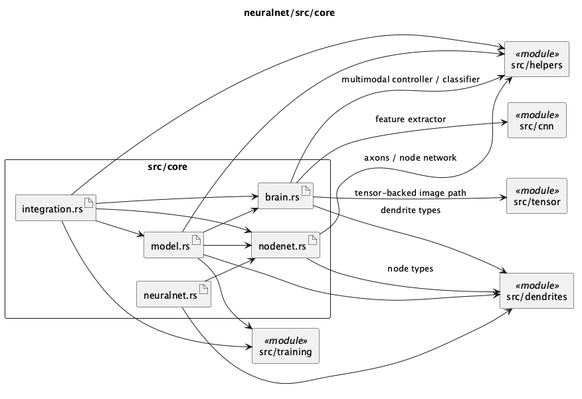
samcolak/neuron keeps this PlantUML diagram as library/neuralnet/src/core/architecture.png. Above is the earlier version. The source it was exported from:
```plantuml
@startuml
left to right direction
skinparam packageStyle rectangle
skinparam shadowing false
skinparam monochrome true
skinparam componentStyle rectangle

title neuralnet/src/core

package "src/core" {
  artifact "brain.rs" as brain
  artifact "integration.rs" as integration
  artifact "model.rs" as model
  artifact "neuralnet.rs" as neuralnet
  artifact "nodenet.rs" as nodenet
}

component "src/cnn" as cnn <<module>>
component "src/dendrites" as dendrites <<module>>
component "src/helpers" as helpers <<module>>
component "src/tensor" as tensor <<module>>
component "src/training" as training <<module>>

brain --> cnn : feature extractor
brain --> helpers : multimodal controller / classifier
brain --> dendrites : dendrite types
brain --> tensor : tensor-backed image path

integration --> brain
integration --> model
integration --> nodenet
integration --> helpers
integration --> training

model --> brain
model --> nodenet
model --> helpers
model --> training
model --> dendrites

neuralnet --> nodenet
neuralnet --> dendrites
nodenet --> helpers : axons / node network
nodenet --> dendrites : node types
@enduml
```
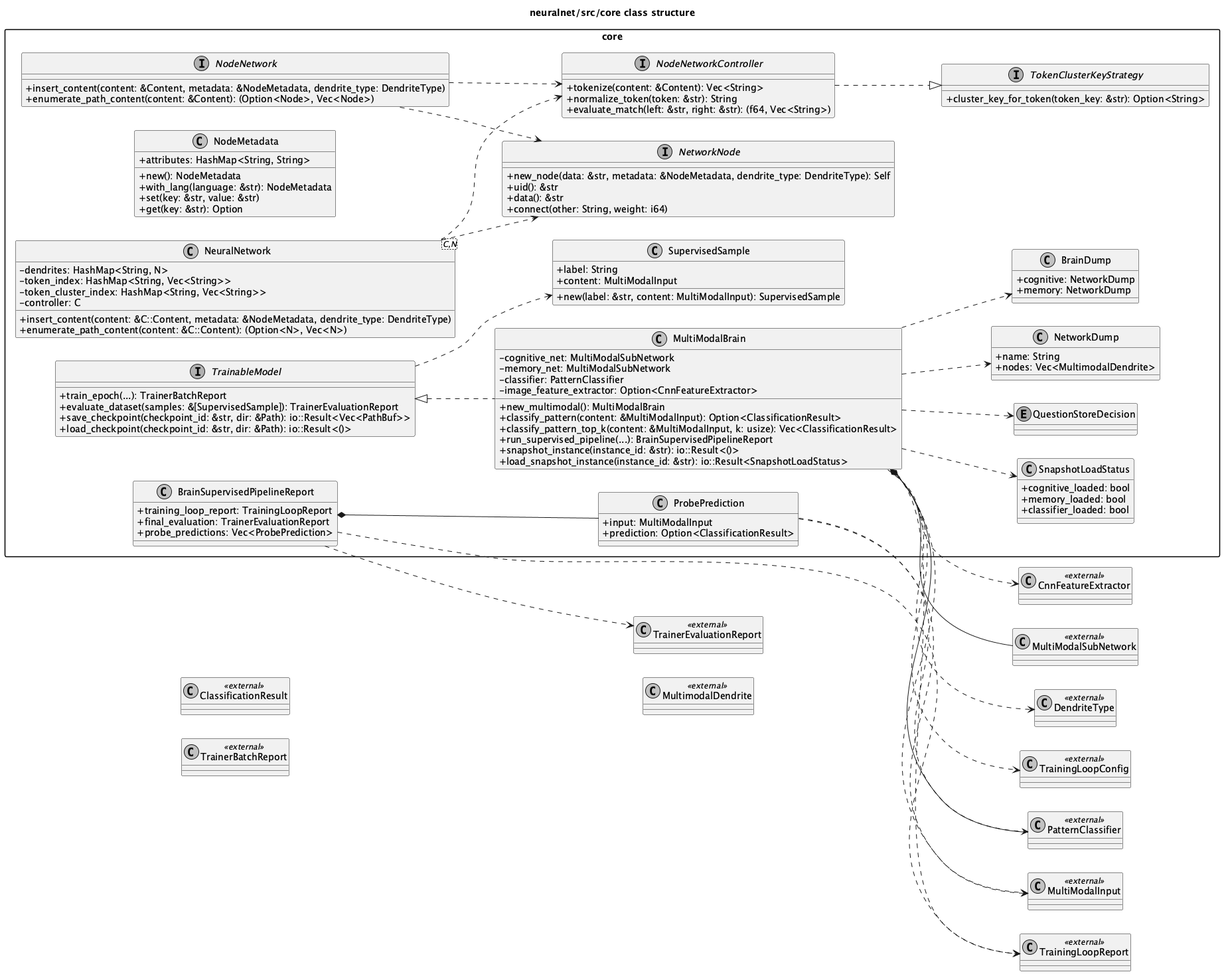
After the change.

The edit, as a diff of the source:
```diff
@@ -3,43 +3,144 @@
 skinparam packageStyle rectangle
 skinparam shadowing false
 skinparam monochrome true
-skinparam componentStyle rectangle
+skinparam classAttributeIconSize 0
 
-title neuralnet/src/core
+title neuralnet/src/core class structure
 
-package "src/core" {
-  artifact "brain.rs" as brain
-  artifact "integration.rs" as integration
-  artifact "model.rs" as model
-  artifact "neuralnet.rs" as neuralnet
-  artifact "nodenet.rs" as nodenet
+package "core" {
+  class MultiModalBrain {
+    - cognitive_net: MultiModalSubNetwork
+    - memory_net: MultiModalSubNetwork
+    - classifier: PatternClassifier
+    - image_feature_extractor: Option<CnnFeatureExtractor>
+    + new_multimodal(): MultiModalBrain
+    + classify_pattern(content: &MultiModalInput): Option<ClassificationResult>
+    + classify_pattern_top_k(content: &MultiModalInput, k: usize): Vec<ClassificationResult>
+    + run_supervised_pipeline(...): BrainSupervisedPipelineReport
+    + snapshot_instance(instance_id: &str): io::Result<()>
+    + load_snapshot_instance(instance_id: &str): io::Result<SnapshotLoadStatus>
+  }
+
+  class NetworkDump {
+    + name: String
+    + nodes: Vec<MultimodalDendrite>
+  }
+
+  class BrainDump {
+    + cognitive: NetworkDump
+    + memory: NetworkDump
+  }
+
+  class SnapshotLoadStatus {
+    + cognitive_loaded: bool
+    + memory_loaded: bool
+    + classifier_loaded: bool
+  }
+
+  enum QuestionStoreDecision
+
+  class ProbePrediction {
+    + input: MultiModalInput
+    + prediction: Option<ClassificationResult>
+  }
+
+  class BrainSupervisedPipelineReport {
+    + training_loop_report: TrainingLoopReport
+    + final_evaluation: TrainerEvaluationReport
+    + probe_predictions: Vec<ProbePrediction>
+  }
+
+  class SupervisedSample {
+    + label: String
+    + content: MultiModalInput
+    + new(label: &str, content: MultiModalInput): SupervisedSample
+  }
+
+  interface TrainableModel {
+    + train_epoch(...): TrainerBatchReport
+    + evaluate_dataset(samples: &[SupervisedSample]): TrainerEvaluationReport
+    + save_checkpoint(checkpoint_id: &str, dir: &Path): io::Result<Vec<PathBuf>>
+    + load_checkpoint(checkpoint_id: &str, dir: &Path): io::Result<()>
+  }
+
+  class NeuralNetwork<C,N> {
+    - dendrites: HashMap<String, N>
+    - token_index: HashMap<String, Vec<String>>
+    - token_cluster_index: HashMap<String, Vec<String>>
+    - controller: C
+    + insert_content(content: &C::Content, metadata: &NodeMetadata, dendrite_type: DendriteType)
+    + enumerate_path_content(content: &C::Content): (Option<N>, Vec<N>)
+  }
+
+  class NodeMetadata {
+    + attributes: HashMap<String, String>
+    + new(): NodeMetadata
+    + with_lang(language: &str): NodeMetadata
+    + set(key: &str, value: &str)
+    + get(key: &str): Option<&str>
+  }
+
+  interface NetworkNode {
+    + new_node(data: &str, metadata: &NodeMetadata, dendrite_type: DendriteType): Self
+    + uid(): &str
+    + data(): &str
+    + connect(other: String, weight: i64)
+  }
+
+  interface TokenClusterKeyStrategy {
+    + cluster_key_for_token(token_key: &str): Option<String>
+  }
+
+  interface NodeNetworkController {
+    + tokenize(content: &Content): Vec<String>
+    + normalize_token(token: &str): String
+    + evaluate_match(left: &str, right: &str): (f64, Vec<String>)
+  }
+
+  interface NodeNetwork {
+    + insert_content(content: &Content, metadata: &NodeMetadata, dendrite_type: DendriteType)
+    + enumerate_path_content(content: &Content): (Option<Node>, Vec<Node>)
+  }
 }
 
-component "src/cnn" as cnn <<module>>
-component "src/dendrites" as dendrites <<module>>
-component "src/helpers" as helpers <<module>>
-component "src/tensor" as tensor <<module>>
-component "src/training" as training <<module>>
+class CnnFeatureExtractor <<external>>
+class MultiModalSubNetwork <<external>>
+class PatternClassifier <<external>>
+class ClassificationResult <<external>>
+class MultiModalInput <<external>>
+class DendriteType <<external>>
+class TrainingLoopConfig <<external>>
+class TrainingLoopReport <<external>>
+class TrainerEvaluationReport <<external>>
+class TrainerBatchReport <<external>>
+class MultimodalDendrite <<external>>
 
-brain --> cnn : feature extractor
-brain --> helpers : multimodal controller / classifier
-brain --> dendrites : dendrite types
-brain --> tensor : tensor-backed image path
+MultiModalBrain *-- PatternClassifier
+MultiModalBrain *-- MultiModalSubNetwork
+MultiModalBrain ..> CnnFeatureExtractor
+MultiModalBrain ..> MultiModalInput
+MultiModalBrain ..> DendriteType
 
-integration --> brain
-integration --> model
-integration --> nodenet
-integration --> helpers
-integration --> training
+TrainableModel <|.. MultiModalBrain
+TrainableModel ..> SupervisedSample
 
-model --> brain
-model --> nodenet
-model --> helpers
-model --> training
-model --> dendrites
+NeuralNetwork ..> NodeNetworkController
+NeuralNetwork ..> NetworkNode
+NodeNetworkController ..|> TokenClusterKeyStrategy
 
-neuralnet --> nodenet
-neuralnet --> dendrites
-nodenet --> helpers : axons / node network
-nodenet --> dendrites : node types
+ProbePrediction ..> MultiModalInput
+ProbePrediction ..> PatternClassifier
+BrainSupervisedPipelineReport *-- ProbePrediction
+BrainSupervisedPipelineReport ..> TrainingLoopReport
+BrainSupervisedPipelineReport ..> TrainerEvaluationReport
+
+MultiModalBrain ..> QuestionStoreDecision
+MultiModalBrain ..> NetworkDump
+MultiModalBrain ..> BrainDump
+MultiModalBrain ..> SnapshotLoadStatus
+MultiModalBrain ..> TrainingLoopConfig
+MultiModalBrain ..> TrainingLoopReport
+
+NodeNetwork ..> NodeNetworkController
+NodeNetwork ..> NetworkNode
 @enduml
```
